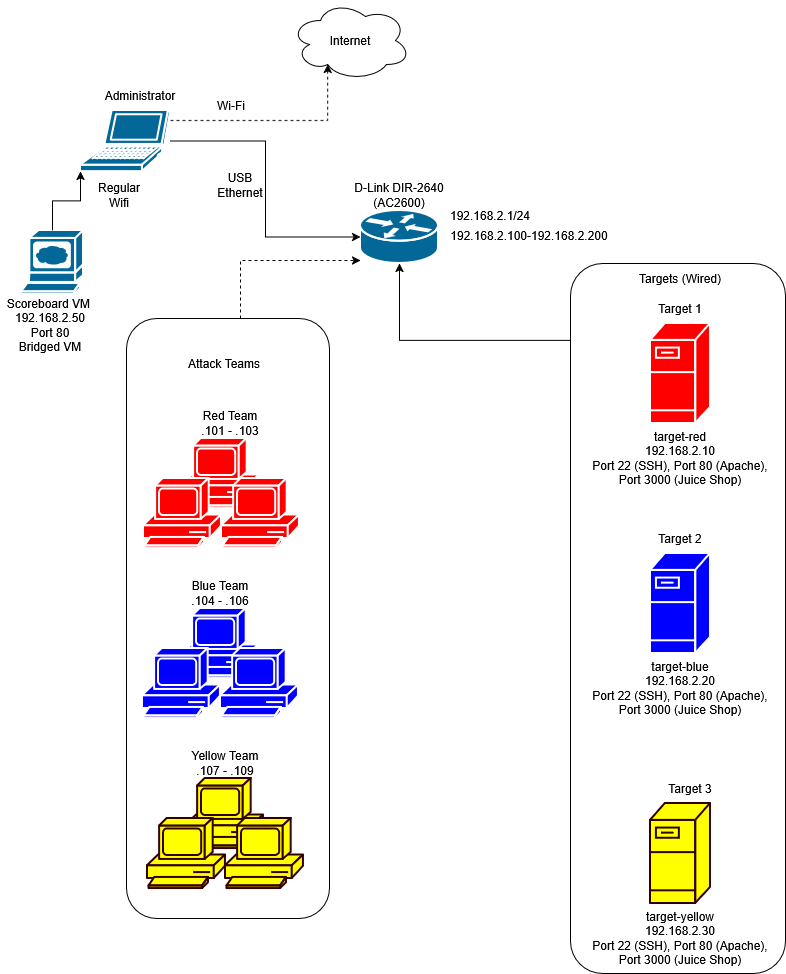
Before: PI Map.png, a diagram exported from draw.io (CCRI-Cyberknights/pi_stemday). Source tidied: cells renumbered, new cells last; positions are measured from the earlier drawing's top-left corner, leaving out a move shared by most shapes. Its diagram source:
```xml
<mxGraphModel>
  <root>
    <mxCell id="0" />
    <mxCell id="1" parent="0" />
    <mxCell id="2" style="edgeStyle=orthogonalEdgeStyle;rounded=0;jettySize=auto;html=1;dashed=1;" parent="1" edge="1" source="3" target="6">
      <mxGeometry relative="1" as="geometry">
        <Array as="points">
          <mxPoint x="240" y="260" />
        </Array>
      </mxGeometry>
    </mxCell>
    <mxCell id="3" style="rounded=1;whiteSpace=wrap;html=1;" parent="1" vertex="1">
      <mxGeometry x="126" y="318" width="203" height="600" as="geometry" />
    </mxCell>
    <mxCell id="4" style="edgeStyle=orthogonalEdgeStyle;rounded=0;jettySize=auto;html=1;" parent="1" edge="1" source="5" target="6">
      <mxGeometry relative="1" as="geometry">
        <Array as="points">
          <mxPoint x="399" y="340" />
        </Array>
      </mxGeometry>
    </mxCell>
    <mxCell id="5" style="rounded=1;whiteSpace=wrap;html=1;" parent="1" vertex="1">
      <mxGeometry x="570" y="263" width="215" height="710" as="geometry" />
    </mxCell>
    <mxCell id="6" style="strokeColor=#ffffff;sketch=0;html=1;dashed=0;fillColor=#036897;strokeWidth=2;verticalLabelPosition=bottom;verticalAlign=top;align=center;outlineConnect=0;shape=mxgraph.cisco.routers.router;" parent="1" vertex="1">
      <mxGeometry x="360" y="210" width="78" height="53" as="geometry" />
    </mxCell>
    <mxCell id="7" value="D-Link DIR-2640 (AC2600)" style="text;html=1;whiteSpace=wrap;strokeColor=none;fillColor=none;align=center;verticalAlign=middle;rounded=0;" parent="1" vertex="1">
      <mxGeometry x="329" y="180" width="140" height="30" as="geometry" />
    </mxCell>
    <mxCell id="8" value="&lt;div&gt;192.168.2.1/24&lt;/div&gt;" style="text;html=1;whiteSpace=wrap;strokeColor=none;fillColor=none;align=center;verticalAlign=middle;rounded=0;" parent="1" vertex="1">
      <mxGeometry x="460" y="200" width="60" height="30" as="geometry" />
    </mxCell>
    <mxCell id="9" value="192.168.2.100-192.168.2.200" style="text;html=1;whiteSpace=wrap;strokeColor=none;fillColor=none;align=center;verticalAlign=middle;rounded=0;" parent="1" vertex="1">
      <mxGeometry x="469" y="220" width="120" height="30" as="geometry" />
    </mxCell>
    <mxCell id="10" style="strokeColor=#330000;sketch=0;html=1;dashed=0;fillColor=#FFFF00;strokeWidth=2;verticalLabelPosition=bottom;verticalAlign=top;align=center;shape=mxgraph.cisco.servers.fileserver;" parent="1" vertex="1">
      <mxGeometry x="650" y="803" width="60" height="100" as="geometry" />
    </mxCell>
    <mxCell id="11" style="strokeColor=#ffffff;sketch=0;html=1;dashed=0;fillColor=#FF0000;strokeWidth=2;verticalLabelPosition=bottom;verticalAlign=top;align=center;shape=mxgraph.cisco.servers.fileserver;" parent="1" vertex="1">
      <mxGeometry x="650" y="323" width="60" height="100" as="geometry" />
    </mxCell>
    <mxCell id="12" style="strokeColor=#ffffff;sketch=0;html=1;dashed=0;fillColor=#0000FF;strokeWidth=2;verticalLabelPosition=bottom;verticalAlign=top;align=center;shape=mxgraph.cisco.servers.fileserver;" parent="1" vertex="1">
      <mxGeometry x="650" y="553" width="60" height="100" as="geometry" />
    </mxCell>
    <mxCell id="13" value="Target 1" style="text;html=1;whiteSpace=wrap;strokeColor=none;fillColor=none;align=center;verticalAlign=middle;rounded=0;" parent="1" vertex="1">
      <mxGeometry x="650" y="293" width="60" height="30" as="geometry" />
    </mxCell>
    <mxCell id="14" value="&lt;div&gt;Target 2&lt;/div&gt;" style="text;html=1;whiteSpace=wrap;strokeColor=none;fillColor=none;align=center;verticalAlign=middle;rounded=0;" parent="1" vertex="1">
      <mxGeometry x="650" y="523" width="60" height="30" as="geometry" />
    </mxCell>
    <mxCell id="15" value="Target 3" style="text;html=1;whiteSpace=wrap;strokeColor=none;fillColor=none;align=center;verticalAlign=middle;rounded=0;" parent="1" vertex="1">
      <mxGeometry x="660" y="773" width="60" height="30" as="geometry" />
    </mxCell>
    <mxCell id="16" value="target-yellow&lt;br&gt;192.168.2.30&lt;br&gt;Port 22 (SSH), Port 80 (Apache), Port 3000 (Juice Shop)" style="text;html=1;whiteSpace=wrap;strokeColor=none;fillColor=none;align=center;verticalAlign=middle;rounded=0;" parent="1" vertex="1">
      <mxGeometry x="585" y="923" width="190" height="30" as="geometry" />
    </mxCell>
    <mxCell id="17" value="target-red&lt;br&gt;192.168.2.10&lt;br&gt;Port 22 (SSH), Port 80 (Apache), Port 3000 (Juice Shop)" style="text;html=1;whiteSpace=wrap;strokeColor=none;fillColor=none;align=center;verticalAlign=middle;rounded=0;" parent="1" vertex="1">
      <mxGeometry x="585" y="443" width="190" height="30" as="geometry" />
    </mxCell>
    <mxCell id="18" value="target-blue&lt;br&gt;192.168.2.20&lt;br&gt;Port 22 (SSH), Port 80 (Apache), Port 3000 (Juice Shop)" style="text;html=1;whiteSpace=wrap;strokeColor=none;fillColor=none;align=center;verticalAlign=middle;rounded=0;" parent="1" vertex="1">
      <mxGeometry x="585" y="673" width="190" height="30" as="geometry" />
    </mxCell>
    <mxCell id="19" value="&lt;div&gt;Targets (Wired)&lt;/div&gt;" style="text;html=1;whiteSpace=wrap;strokeColor=none;fillColor=none;align=center;verticalAlign=middle;rounded=0;" parent="1" vertex="1">
      <mxGeometry x="635" y="263" width="90" height="30" as="geometry" />
    </mxCell>
    <mxCell id="20" style="sketch=0;html=1;dashed=0;fillColor=#FF0000;strokeColor=#ffffff;strokeWidth=2;verticalLabelPosition=bottom;verticalAlign=top;align=center;shape=mxgraph.cisco.computers_and_peripherals.pc;" parent="1" vertex="1">
      <mxGeometry x="181" y="438" width="78" height="70" as="geometry" />
    </mxCell>
    <mxCell id="21" style="sketch=0;html=1;dashed=0;fillColor=#FF0000;strokeColor=#ffffff;strokeWidth=2;verticalLabelPosition=bottom;verticalAlign=top;align=center;shape=mxgraph.cisco.computers_and_peripherals.pc;" parent="1" vertex="1">
      <mxGeometry x="221" y="478" width="78" height="70" as="geometry" />
    </mxCell>
    <mxCell id="22" style="sketch=0;html=1;dashed=0;fillColor=#FF0000;strokeColor=#ffffff;strokeWidth=2;verticalLabelPosition=bottom;verticalAlign=top;align=center;shape=mxgraph.cisco.computers_and_peripherals.pc;" parent="1" vertex="1">
      <mxGeometry x="143" y="478" width="78" height="70" as="geometry" />
    </mxCell>
    <mxCell id="23" value="&lt;div&gt;Yellow Team&lt;br&gt;.107 - .109&lt;/div&gt;" style="text;html=1;whiteSpace=wrap;strokeColor=none;fillColor=none;align=center;verticalAlign=middle;rounded=0;" parent="1" vertex="1">
      <mxGeometry x="190" y="748" width="70" height="30" as="geometry" />
    </mxCell>
    <mxCell id="24" value="Red Team .101 - .103" style="text;html=1;whiteSpace=wrap;strokeColor=none;fillColor=none;align=center;verticalAlign=middle;rounded=0;" parent="1" vertex="1">
      <mxGeometry x="200" y="408" width="60" height="30" as="geometry" />
    </mxCell>
    <mxCell id="25" value="Blue Team&lt;br&gt;.104 - .106" style="text;html=1;whiteSpace=wrap;strokeColor=none;fillColor=none;align=center;verticalAlign=middle;rounded=0;" parent="1" vertex="1">
      <mxGeometry x="190" y="578" width="60" height="30" as="geometry" />
    </mxCell>
    <mxCell id="26" style="sketch=0;html=1;dashed=0;fillColor=#0000FF;strokeColor=#ffffff;strokeWidth=2;verticalLabelPosition=bottom;verticalAlign=top;align=center;shape=mxgraph.cisco.computers_and_peripherals.pc;" parent="1" vertex="1">
      <mxGeometry x="180" y="608" width="78" height="70" as="geometry" />
    </mxCell>
    <mxCell id="27" style="sketch=0;html=1;dashed=0;fillColor=#0000FF;strokeColor=#ffffff;strokeWidth=2;verticalLabelPosition=bottom;verticalAlign=top;align=center;shape=mxgraph.cisco.computers_and_peripherals.pc;" parent="1" vertex="1">
      <mxGeometry x="220" y="648" width="78" height="70" as="geometry" />
    </mxCell>
    <mxCell id="28" style="sketch=0;html=1;dashed=0;fillColor=#0000FF;strokeColor=#ffffff;strokeWidth=2;verticalLabelPosition=bottom;verticalAlign=top;align=center;shape=mxgraph.cisco.computers_and_peripherals.pc;" parent="1" vertex="1">
      <mxGeometry x="142" y="648" width="78" height="70" as="geometry" />
    </mxCell>
    <mxCell id="29" style="sketch=0;html=1;dashed=0;fillColor=#FFFF00;strokeColor=#330000;strokeWidth=2;verticalLabelPosition=bottom;verticalAlign=top;align=center;shape=mxgraph.cisco.computers_and_peripherals.pc;" parent="1" vertex="1">
      <mxGeometry x="185" y="778" width="78" height="70" as="geometry" />
    </mxCell>
    <mxCell id="30" style="sketch=0;html=1;dashed=0;fillColor=#FFFF00;strokeColor=#330000;strokeWidth=2;verticalLabelPosition=bottom;verticalAlign=top;align=center;shape=mxgraph.cisco.computers_and_peripherals.pc;" parent="1" vertex="1">
      <mxGeometry x="225" y="818" width="78" height="70" as="geometry" />
    </mxCell>
    <mxCell id="31" style="sketch=0;html=1;dashed=0;fillColor=#FFFF00;strokeColor=#330000;strokeWidth=2;verticalLabelPosition=bottom;verticalAlign=top;align=center;shape=mxgraph.cisco.computers_and_peripherals.pc;" parent="1" vertex="1">
      <mxGeometry x="147" y="818" width="78" height="70" as="geometry" />
    </mxCell>
    <mxCell id="32" value="Attack Teams" style="text;html=1;whiteSpace=wrap;strokeColor=none;fillColor=none;align=center;verticalAlign=middle;rounded=0;" parent="1" vertex="1">
      <mxGeometry x="164" y="348" width="120" height="30" as="geometry" />
    </mxCell>
    <mxCell id="33" style="sketch=0;html=1;dashed=0;fillColor=#036897;strokeColor=#ffffff;strokeWidth=2;verticalLabelPosition=bottom;verticalAlign=top;align=center;outlineConnect=0;shape=mxgraph.cisco.computers_and_peripherals.laptop;" parent="1" vertex="1">
      <mxGeometry x="80" y="110" width="90" height="61" as="geometry" />
    </mxCell>
    <mxCell id="34" style="edgeStyle=orthogonalEdgeStyle;rounded=0;jettySize=auto;html=1;entryX=0;entryY=0.5;entryDx=0;entryDy=0;entryPerimeter=0;" parent="1" edge="1" source="33" target="6">
      <mxGeometry relative="1" as="geometry" />
    </mxCell>
    <mxCell id="35" value="Administrator" style="text;html=1;whiteSpace=wrap;strokeColor=none;fillColor=none;align=center;verticalAlign=middle;rounded=0;" parent="1" vertex="1">
      <mxGeometry x="110" y="80" width="60" height="30" as="geometry" />
    </mxCell>
    <mxCell id="36" value="Internet" style="ellipse;shape=cloud;whiteSpace=wrap;html=1;" parent="1" vertex="1">
      <mxGeometry x="290" width="120" height="80" as="geometry" />
    </mxCell>
    <mxCell id="37" style="edgeStyle=orthogonalEdgeStyle;rounded=0;jettySize=auto;html=1;entryX=0.31;entryY=0.8;entryDx=0;entryDy=0;entryPerimeter=0;dashed=1;" parent="1" edge="1" source="33" target="36">
      <mxGeometry relative="1" as="geometry">
        <Array as="points">
          <mxPoint x="327" y="120" />
        </Array>
      </mxGeometry>
    </mxCell>
    <mxCell id="38" value="USB Ethernet" style="text;html=1;whiteSpace=wrap;strokeColor=none;fillColor=none;align=center;verticalAlign=middle;rounded=0;" parent="1" vertex="1">
      <mxGeometry x="210" y="170" width="60" height="30" as="geometry" />
    </mxCell>
    <mxCell id="39" value="Wi-Fi" style="text;html=1;whiteSpace=wrap;strokeColor=none;fillColor=none;align=center;verticalAlign=middle;rounded=0;" parent="1" vertex="1">
      <mxGeometry x="201" y="90" width="60" height="30" as="geometry" />
    </mxCell>
    <mxCell id="40" value="Regular Wifi" style="text;html=1;whiteSpace=wrap;strokeColor=none;fillColor=none;align=center;verticalAlign=middle;rounded=0;" parent="1" vertex="1">
      <mxGeometry x="89" y="180" width="60" height="30" as="geometry" />
    </mxCell>
    <mxCell id="41" style="sketch=0;html=1;dashed=0;fillColor=#036897;strokeColor=#ffffff;strokeWidth=2;verticalLabelPosition=bottom;verticalAlign=top;align=center;outlineConnect=0;shape=mxgraph.cisco.computers_and_peripherals.web_browser;" parent="1" vertex="1">
      <mxGeometry x="21" y="230" width="62" height="64" as="geometry" />
    </mxCell>
    <mxCell id="42" style="edgeStyle=orthogonalEdgeStyle;rounded=0;jettySize=auto;html=1;entryX=0;entryY=1;entryDx=0;entryDy=0;entryPerimeter=0;" parent="1" edge="1" source="41" target="33">
      <mxGeometry relative="1" as="geometry" />
    </mxCell>
    <mxCell id="43" value="&lt;div&gt;Scoreboard VM&amp;nbsp;&lt;br&gt;192.168.2.50&lt;/div&gt;&lt;div&gt;Port 80&lt;br&gt;Bridged VM&lt;/div&gt;" style="text;html=1;whiteSpace=wrap;strokeColor=none;fillColor=none;align=center;verticalAlign=middle;rounded=0;" parent="1" vertex="1">
      <mxGeometry y="310" width="100" height="30" as="geometry" />
    </mxCell>
  </root>
</mxGraphModel>
```
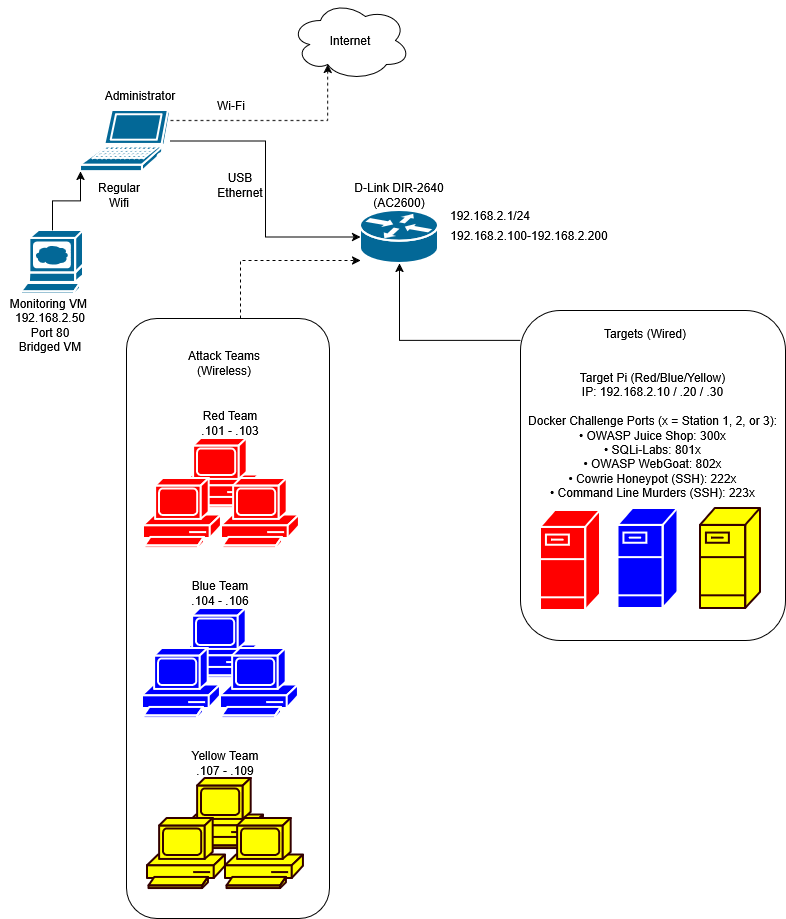
The same file after the commit.

Commit message:
update network map

Diff of the diagram source:
```diff
@@ -20,7 +20,7 @@
       </mxGeometry>
     </mxCell>
     <mxCell id="5" style="rounded=1;whiteSpace=wrap;html=1;" parent="1" vertex="1">
-      <mxGeometry x="570" y="263" width="215" height="710" as="geometry" />
+      <mxGeometry x="520" y="310" width="265" height="330" as="geometry" />
     </mxCell>
     <mxCell id="6" style="strokeColor=#ffffff;sketch=0;html=1;dashed=0;fillColor=#036897;strokeWidth=2;verticalLabelPosition=bottom;verticalAlign=top;align=center;outlineConnect=0;shape=mxgraph.cisco.routers.router;" parent="1" vertex="1">
       <mxGeometry x="360" y="210" width="78" height="53" as="geometry" />
@@ -35,34 +35,16 @@
       <mxGeometry x="469" y="220" width="120" height="30" as="geometry" />
     </mxCell>
     <mxCell id="10" style="strokeColor=#330000;sketch=0;html=1;dashed=0;fillColor=#FFFF00;strokeWidth=2;verticalLabelPosition=bottom;verticalAlign=top;align=center;shape=mxgraph.cisco.servers.fileserver;" parent="1" vertex="1">
-      <mxGeometry x="650" y="803" width="60" height="100" as="geometry" />
+      <mxGeometry x="700" y="508" width="60" height="100" as="geometry" />
     </mxCell>
     <mxCell id="11" style="strokeColor=#ffffff;sketch=0;html=1;dashed=0;fillColor=#FF0000;strokeWidth=2;verticalLabelPosition=bottom;verticalAlign=top;align=center;shape=mxgraph.cisco.servers.fileserver;" parent="1" vertex="1">
-      <mxGeometry x="650" y="323" width="60" height="100" as="geometry" />
+      <mxGeometry x="540" y="510" width="60" height="100" as="geometry" />
     </mxCell>
     <mxCell id="12" style="strokeColor=#ffffff;sketch=0;html=1;dashed=0;fillColor=#0000FF;strokeWidth=2;verticalLabelPosition=bottom;verticalAlign=top;align=center;shape=mxgraph.cisco.servers.fileserver;" parent="1" vertex="1">
-      <mxGeometry x="650" y="553" width="60" height="100" as="geometry" />
+      <mxGeometry x="617.5" y="508" width="60" height="100" as="geometry" />
     </mxCell>
-    <mxCell id="13" value="Target 1" style="text;html=1;whiteSpace=wrap;strokeColor=none;fillColor=none;align=center;verticalAlign=middle;rounded=0;" parent="1" vertex="1">
-      <mxGeometry x="650" y="293" width="60" height="30" as="geometry" />
-    </mxCell>
-    <mxCell id="14" value="&lt;div&gt;Target 2&lt;/div&gt;" style="text;html=1;whiteSpace=wrap;strokeColor=none;fillColor=none;align=center;verticalAlign=middle;rounded=0;" parent="1" vertex="1">
-      <mxGeometry x="650" y="523" width="60" height="30" as="geometry" />
-    </mxCell>
-    <mxCell id="15" value="Target 3" style="text;html=1;whiteSpace=wrap;strokeColor=none;fillColor=none;align=center;verticalAlign=middle;rounded=0;" parent="1" vertex="1">
-      <mxGeometry x="660" y="773" width="60" height="30" as="geometry" />
-    </mxCell>
-    <mxCell id="16" value="target-yellow&lt;br&gt;192.168.2.30&lt;br&gt;Port 22 (SSH), Port 80 (Apache), Port 3000 (Juice Shop)" style="text;html=1;whiteSpace=wrap;strokeColor=none;fillColor=none;align=center;verticalAlign=middle;rounded=0;" parent="1" vertex="1">
-      <mxGeometry x="585" y="923" width="190" height="30" as="geometry" />
-    </mxCell>
-    <mxCell id="17" value="target-red&lt;br&gt;192.168.2.10&lt;br&gt;Port 22 (SSH), Port 80 (Apache), Port 3000 (Juice Shop)" style="text;html=1;whiteSpace=wrap;strokeColor=none;fillColor=none;align=center;verticalAlign=middle;rounded=0;" parent="1" vertex="1">
-      <mxGeometry x="585" y="443" width="190" height="30" as="geometry" />
-    </mxCell>
-    <mxCell id="18" value="target-blue&lt;br&gt;192.168.2.20&lt;br&gt;Port 22 (SSH), Port 80 (Apache), Port 3000 (Juice Shop)" style="text;html=1;whiteSpace=wrap;strokeColor=none;fillColor=none;align=center;verticalAlign=middle;rounded=0;" parent="1" vertex="1">
-      <mxGeometry x="585" y="673" width="190" height="30" as="geometry" />
-    </mxCell>
     <mxCell id="19" value="&lt;div&gt;Targets (Wired)&lt;/div&gt;" style="text;html=1;whiteSpace=wrap;strokeColor=none;fillColor=none;align=center;verticalAlign=middle;rounded=0;" parent="1" vertex="1">
-      <mxGeometry x="635" y="263" width="90" height="30" as="geometry" />
+      <mxGeometry x="600" y="318" width="90" height="30" as="geometry" />
     </mxCell>
     <mxCell id="20" style="sketch=0;html=1;dashed=0;fillColor=#FF0000;strokeColor=#ffffff;strokeWidth=2;verticalLabelPosition=bottom;verticalAlign=top;align=center;shape=mxgraph.cisco.computers_and_peripherals.pc;" parent="1" vertex="1">
       <mxGeometry x="181" y="438" width="78" height="70" as="geometry" />
@@ -100,7 +82,7 @@
     <mxCell id="31" style="sketch=0;html=1;dashed=0;fillColor=#FFFF00;strokeColor=#330000;strokeWidth=2;verticalLabelPosition=bottom;verticalAlign=top;align=center;shape=mxgraph.cisco.computers_and_peripherals.pc;" parent="1" vertex="1">
       <mxGeometry x="147" y="818" width="78" height="70" as="geometry" />
     </mxCell>
-    <mxCell id="32" value="Attack Teams" style="text;html=1;whiteSpace=wrap;strokeColor=none;fillColor=none;align=center;verticalAlign=middle;rounded=0;" parent="1" vertex="1">
+    <mxCell id="32" value="Attack Teams (Wireless)" style="text;html=1;whiteSpace=wrap;strokeColor=none;fillColor=none;align=center;verticalAlign=middle;rounded=0;" parent="1" vertex="1">
       <mxGeometry x="164" y="348" width="120" height="30" as="geometry" />
     </mxCell>
     <mxCell id="33" style="sketch=0;html=1;dashed=0;fillColor=#036897;strokeColor=#ffffff;strokeWidth=2;verticalLabelPosition=bottom;verticalAlign=top;align=center;outlineConnect=0;shape=mxgraph.cisco.computers_and_peripherals.laptop;" parent="1" vertex="1">
@@ -137,8 +119,11 @@
     <mxCell id="42" style="edgeStyle=orthogonalEdgeStyle;rounded=0;jettySize=auto;html=1;entryX=0;entryY=1;entryDx=0;entryDy=0;entryPerimeter=0;" parent="1" edge="1" source="41" target="33">
       <mxGeometry relative="1" as="geometry" />
     </mxCell>
-    <mxCell id="43" value="&lt;div&gt;Scoreboard VM&amp;nbsp;&lt;br&gt;192.168.2.50&lt;/div&gt;&lt;div&gt;Port 80&lt;br&gt;Bridged VM&lt;/div&gt;" style="text;html=1;whiteSpace=wrap;strokeColor=none;fillColor=none;align=center;verticalAlign=middle;rounded=0;" parent="1" vertex="1">
+    <mxCell id="43" value="&lt;div&gt;Monitoring VM&amp;nbsp;&lt;br&gt;192.168.2.50&lt;/div&gt;&lt;div&gt;Port 80&lt;br&gt;Bridged VM&lt;/div&gt;" style="text;html=1;whiteSpace=wrap;strokeColor=none;fillColor=none;align=center;verticalAlign=middle;rounded=0;" parent="1" vertex="1">
       <mxGeometry y="310" width="100" height="30" as="geometry" />
     </mxCell>
+    <mxCell id="44" value="Target Pi (Red/Blue/Yellow)&lt;br/&gt;IP: 192.168.2.10 / .20 / .30&lt;br/&gt;&lt;br/&gt;Docker Challenge Ports (x = Station 1, 2, or 3):&lt;br/&gt;• OWASP Juice Shop: 300x&lt;br/&gt;• SQLi-Labs: 801x&lt;br/&gt;• OWASP WebGoat: 802x&lt;br/&gt;• Cowrie Honeypot (SSH): 222x&lt;br/&gt;• Command Line Murders (SSH): 223x" style="text;html=1;whiteSpace=wrap;strokeColor=none;fillColor=none;align=center;verticalAlign=middle;rounded=0;" parent="1" vertex="1">
+      <mxGeometry x="525" y="420" width="255" height="30" as="geometry" />
+    </mxCell>
   </root>
 </mxGraphModel>
```
